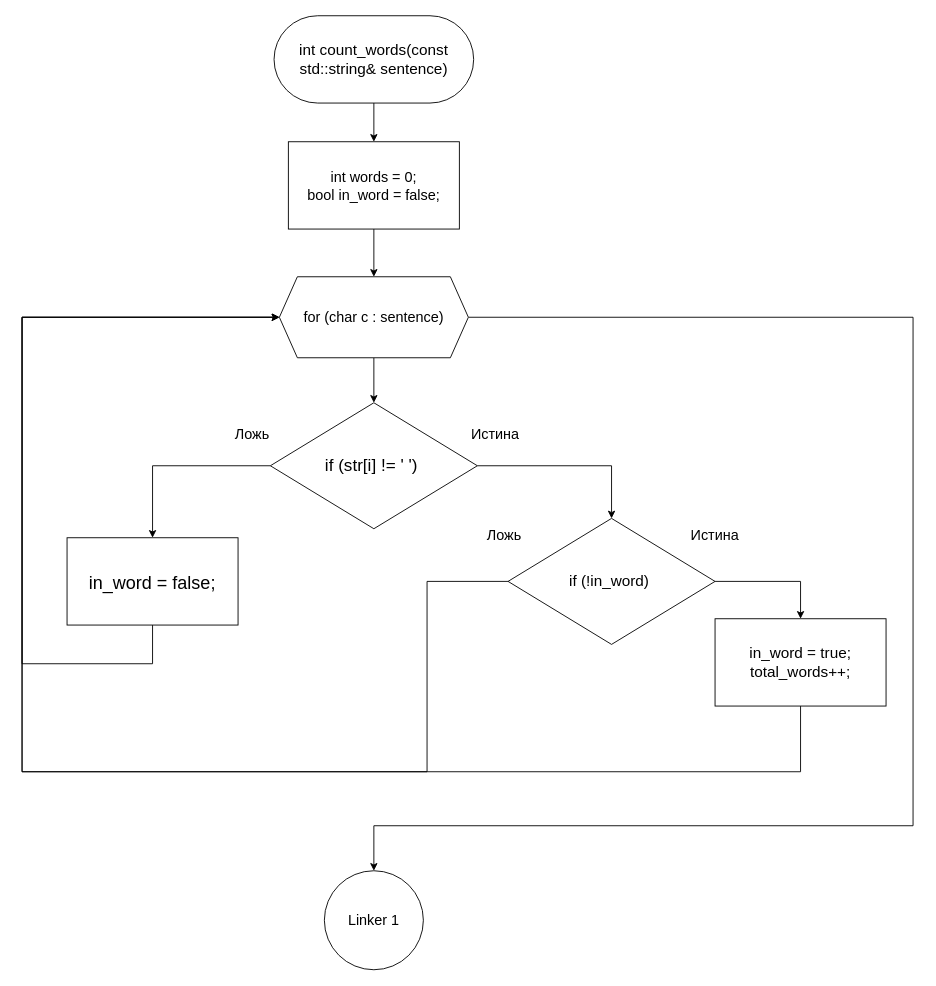
The draw.io diagram count_words.drawio in kravecila28-ops/Block-diagram_templates, before the edit. Source tidied: cells renumbered, new cells numbered last; positions are measured from the earlier drawing's top-left corner, leaving out a move shared by most shapes. Both pictures are drawn from the tidied source at 90%, with x=0, y=0 at pixel (22, 15).
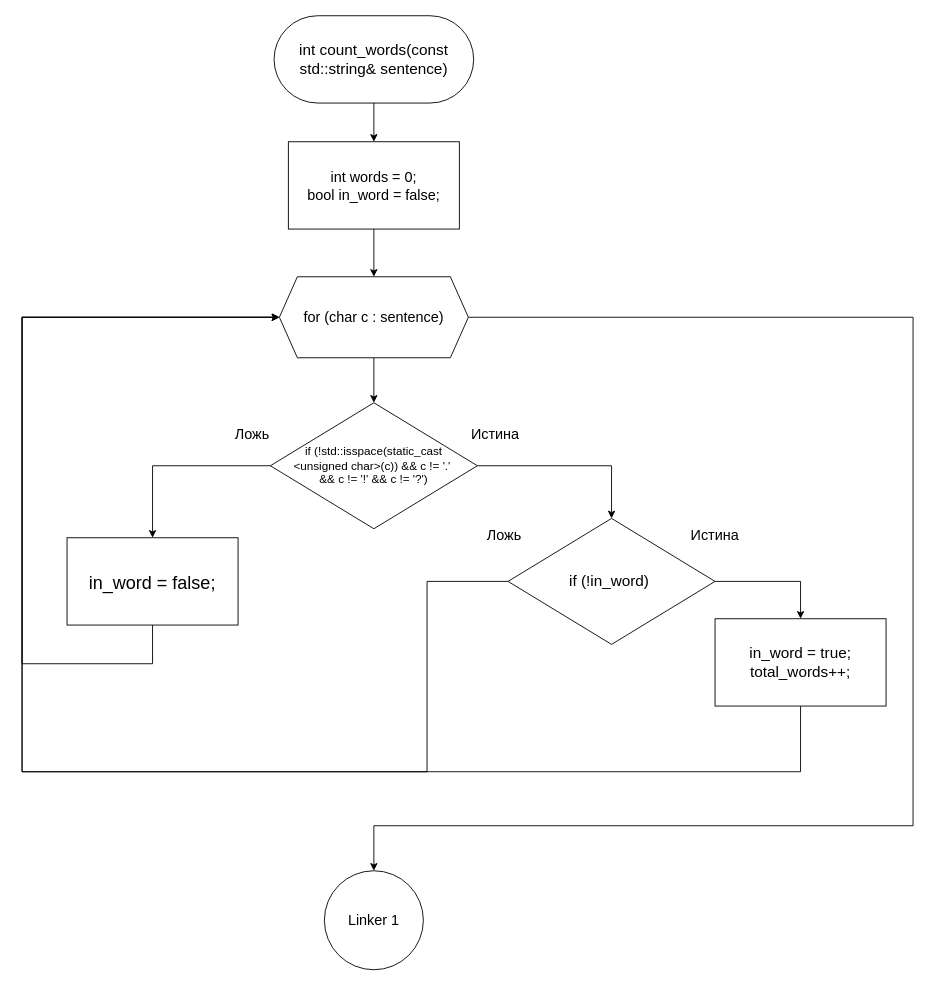
The same diagram, later.

The edit, as a diff of the source:
```diff
@@
-    <mxCell id="8" value="&lt;font style=&quot;font-size: 19px;&quot;&gt;if (str[i] != ' ')&amp;nbsp;&lt;/font&gt;" style="rhombus;whiteSpace=wrap;html=1;labelBackgroundColor=none;" parent="1" vertex="1">
+    <mxCell id="8" value="&lt;font style=&quot;font-size: 13px;&quot;&gt;if (!std::isspace(static_cast&lt;/font&gt;&lt;div&gt;&lt;font style=&quot;font-size: 13px;&quot;&gt;&amp;lt;unsigned char&amp;gt;(c)) &amp;amp;&amp;amp; c != '.'&amp;nbsp;&lt;/font&gt;&lt;/div&gt;&lt;div&gt;&lt;font style=&quot;font-size: 13px;&quot;&gt;&amp;amp;&amp;amp; c != '!' &amp;amp;&amp;amp; c != '?')&lt;/font&gt;&lt;/div&gt;" style="rhombus;whiteSpace=wrap;html=1;labelBackgroundColor=none;" parent="1" vertex="1">
       <mxGeometry x="275.9" y="430" width="230" height="140" as="geometry" />
     </mxCell>
```
